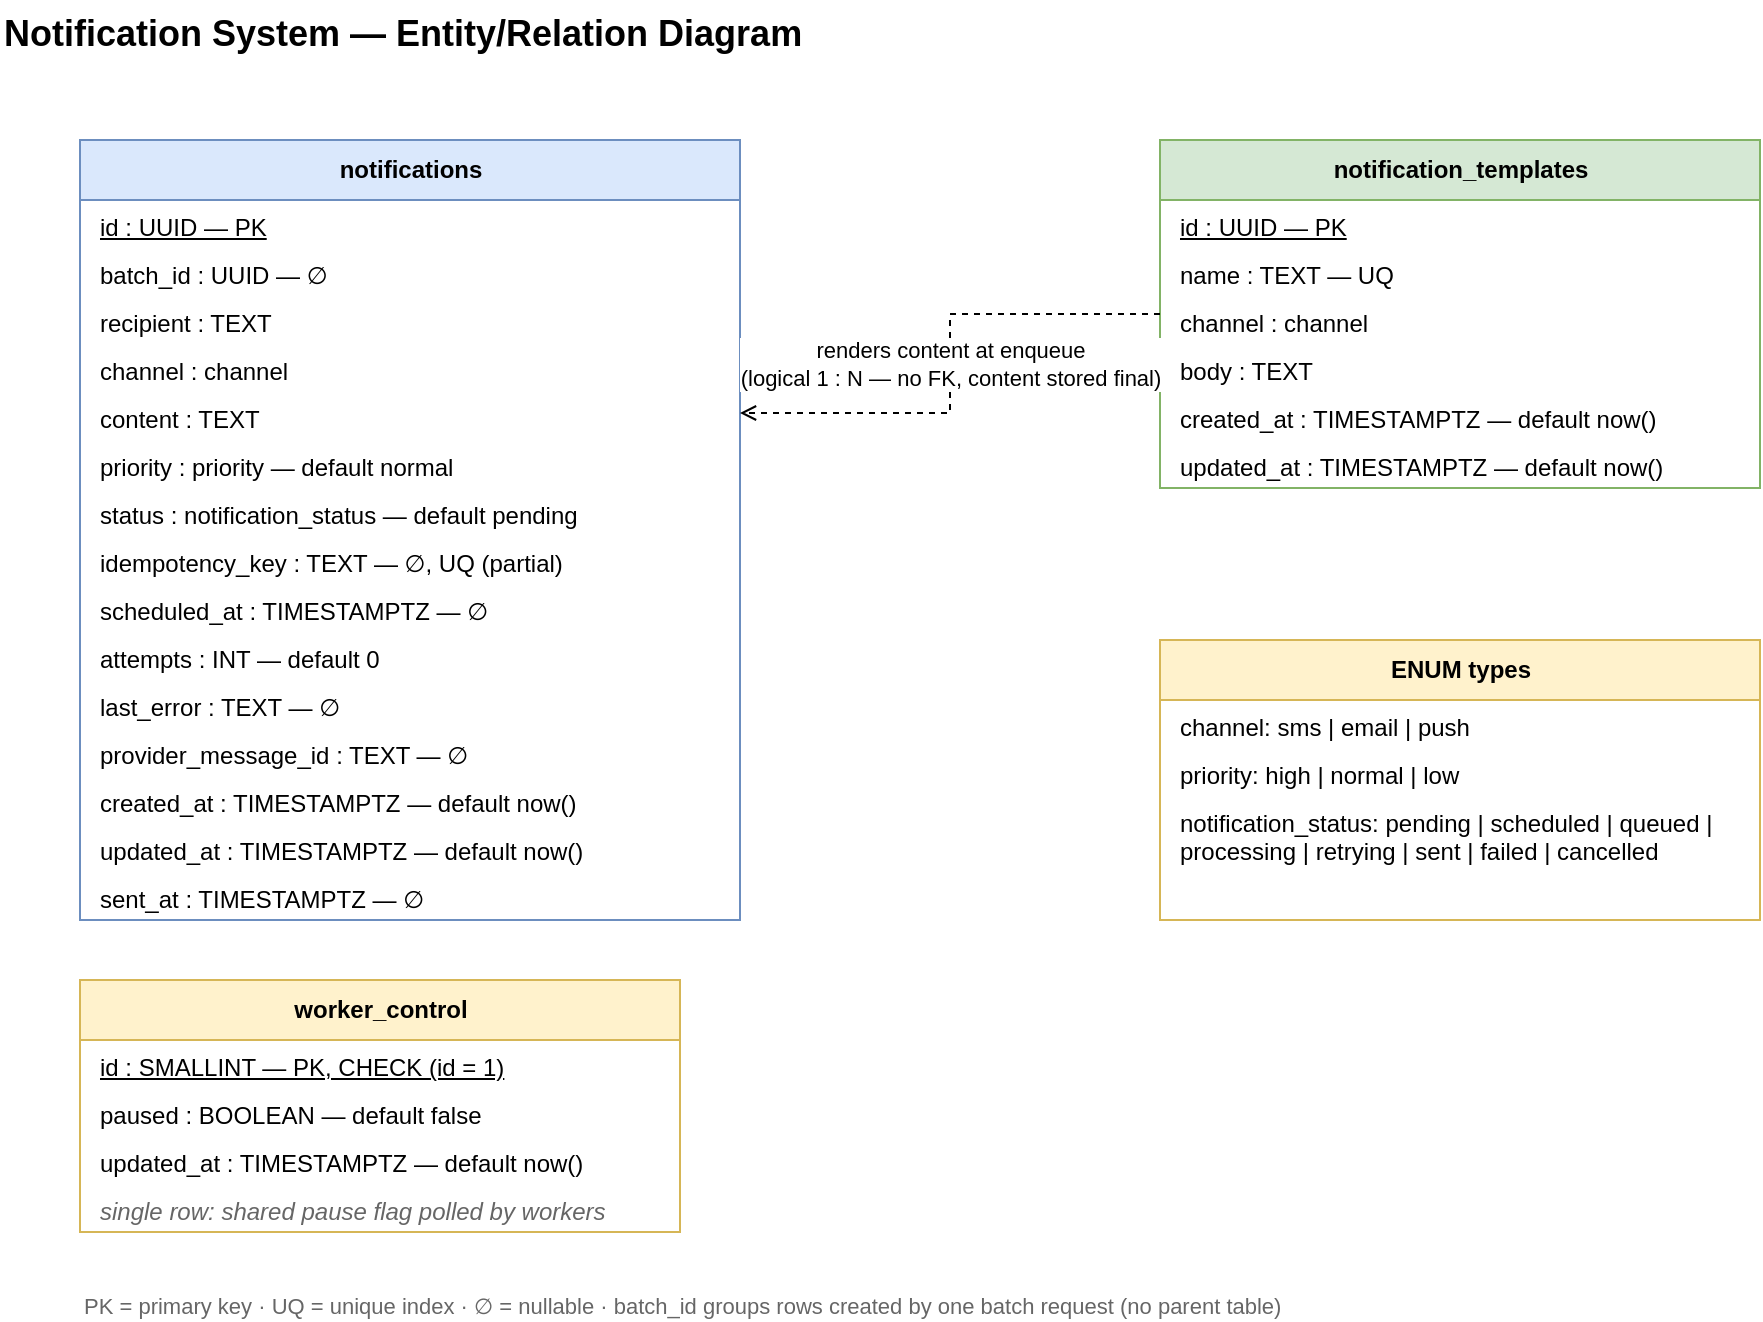
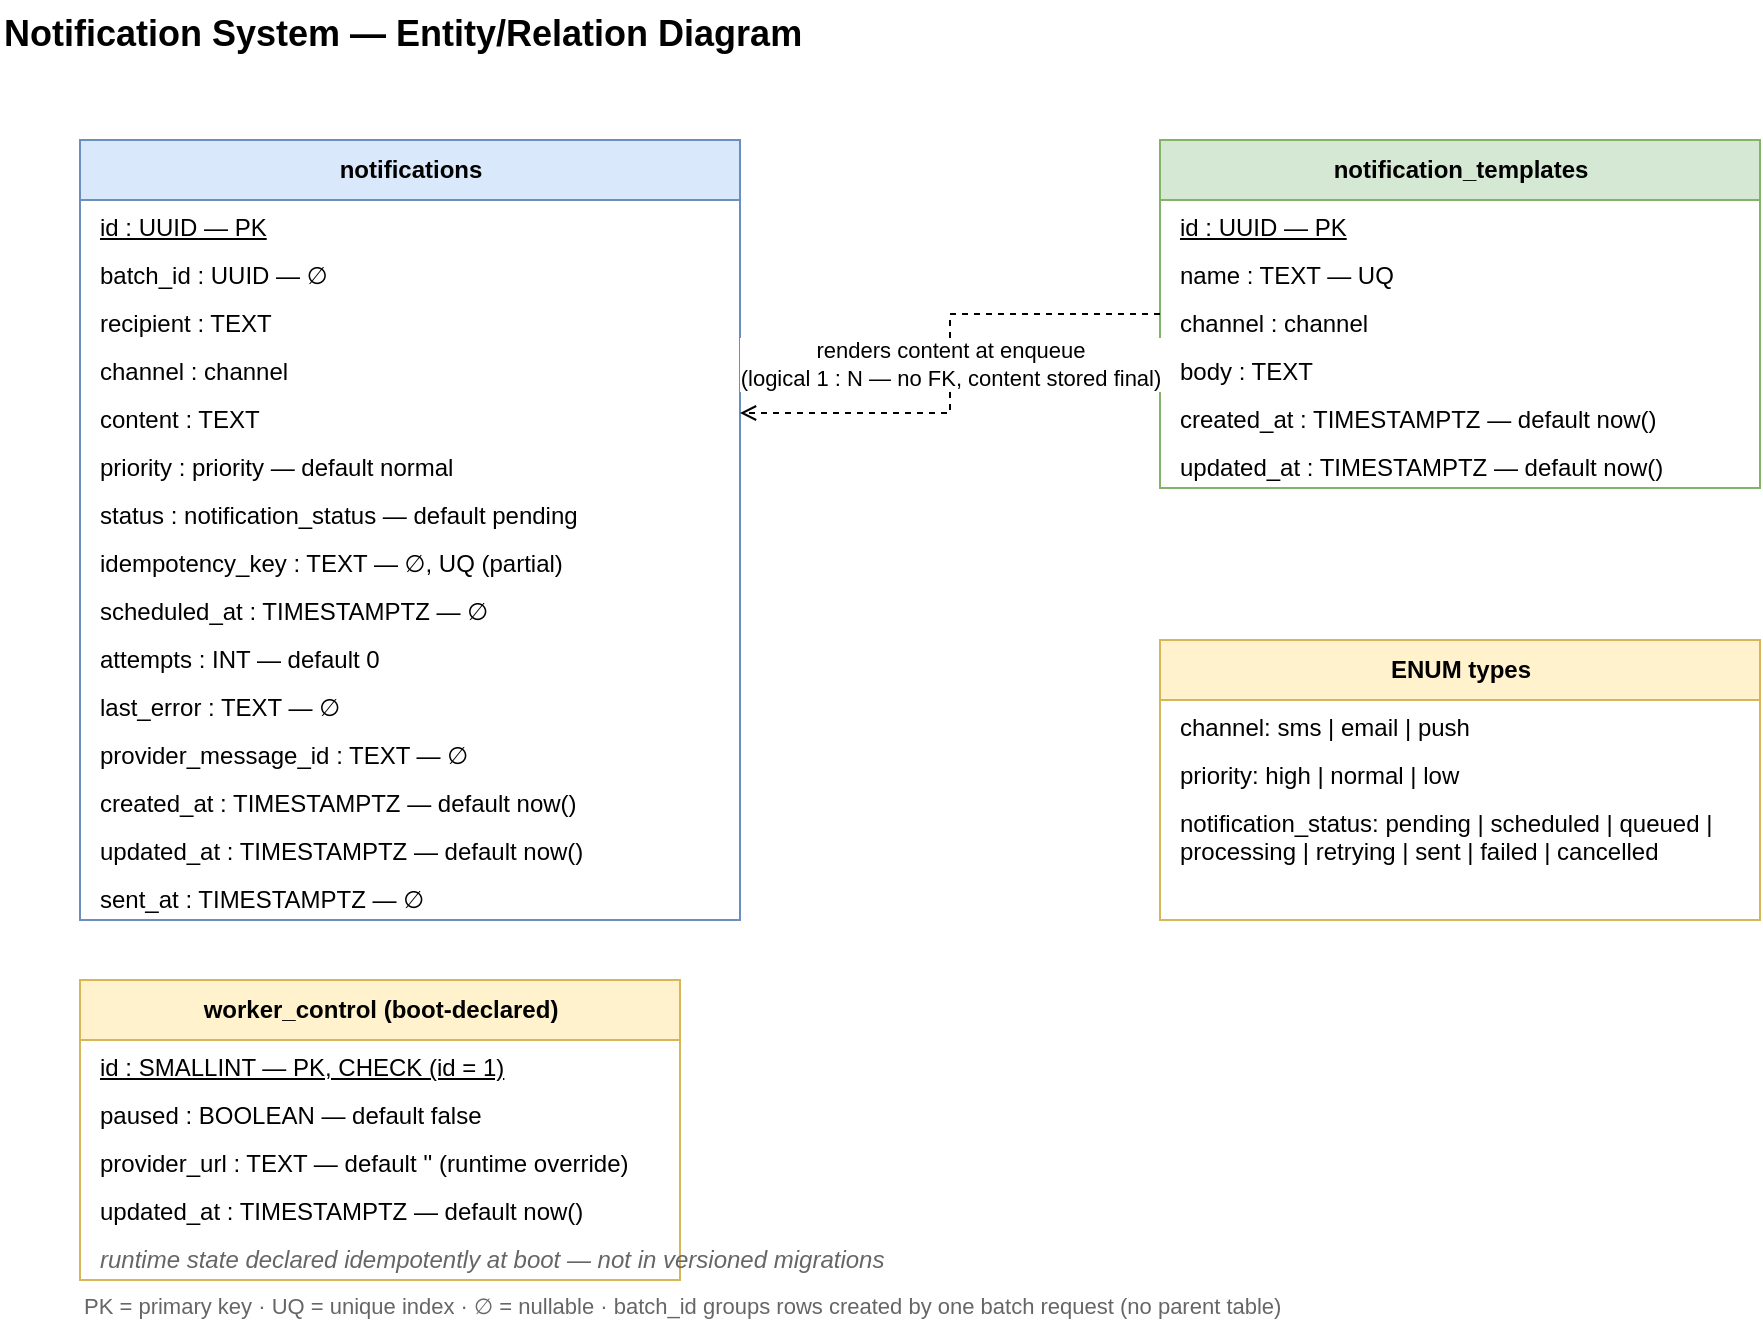
<mxfile host="app.diagrams.net" modified="2026-07-04T00:00:00.000Z" agent="drawio" version="24.0.0">
  <diagram id="notification-er" name="Entity Relations">
    <mxGraphModel dx="1200" dy="700" grid="1" gridSize="10" guides="1" tooltips="1" connect="1" arrows="1" fold="1" page="1" pageScale="1" pageWidth="1000" pageHeight="620" math="0" shadow="0">
      <root>
        <mxCell id="0" />
        <mxCell id="1" parent="0" />

        <mxCell id="title" value="Notification System — Entity/Relation Diagram" style="text;html=1;fontSize=18;fontStyle=1;align=left;" vertex="1" parent="1">
          <mxGeometry x="40" y="10" width="500" height="30" as="geometry" />
        </mxCell>

        <!-- notifications entity -->
        <mxCell id="notifications" value="notifications" style="swimlane;html=1;fontStyle=1;startSize=30;horizontal=1;fillColor=#dae8fc;strokeColor=#6c8ebf;swimlaneFillColor=#ffffff;" vertex="1" parent="1">
          <mxGeometry x="80" y="80" width="330" height="390" as="geometry" />
        </mxCell>
        <mxCell id="n01" value="id : UUID — PK" style="text;html=1;align=left;spacingLeft=8;fontStyle=4;" vertex="1" parent="notifications">
          <mxGeometry x="0" y="30" width="330" height="24" as="geometry" />
        </mxCell>
        <mxCell id="n02" value="batch_id : UUID — ∅" style="text;html=1;align=left;spacingLeft=8;" vertex="1" parent="notifications">
          <mxGeometry x="0" y="54" width="330" height="24" as="geometry" />
        </mxCell>
        <mxCell id="n03" value="recipient : TEXT" style="text;html=1;align=left;spacingLeft=8;" vertex="1" parent="notifications">
          <mxGeometry x="0" y="78" width="330" height="24" as="geometry" />
        </mxCell>
        <mxCell id="n04" value="channel : channel" style="text;html=1;align=left;spacingLeft=8;" vertex="1" parent="notifications">
          <mxGeometry x="0" y="102" width="330" height="24" as="geometry" />
        </mxCell>
        <mxCell id="n05" value="content : TEXT" style="text;html=1;align=left;spacingLeft=8;" vertex="1" parent="notifications">
          <mxGeometry x="0" y="126" width="330" height="24" as="geometry" />
        </mxCell>
        <mxCell id="n06" value="priority : priority — default normal" style="text;html=1;align=left;spacingLeft=8;" vertex="1" parent="notifications">
          <mxGeometry x="0" y="150" width="330" height="24" as="geometry" />
        </mxCell>
        <mxCell id="n07" value="status : notification_status — default pending" style="text;html=1;align=left;spacingLeft=8;" vertex="1" parent="notifications">
          <mxGeometry x="0" y="174" width="330" height="24" as="geometry" />
        </mxCell>
        <mxCell id="n08" value="idempotency_key : TEXT — ∅, UQ (partial)" style="text;html=1;align=left;spacingLeft=8;" vertex="1" parent="notifications">
          <mxGeometry x="0" y="198" width="330" height="24" as="geometry" />
        </mxCell>
        <mxCell id="n09" value="scheduled_at : TIMESTAMPTZ — ∅" style="text;html=1;align=left;spacingLeft=8;" vertex="1" parent="notifications">
          <mxGeometry x="0" y="222" width="330" height="24" as="geometry" />
        </mxCell>
        <mxCell id="n10" value="attempts : INT — default 0" style="text;html=1;align=left;spacingLeft=8;" vertex="1" parent="notifications">
          <mxGeometry x="0" y="246" width="330" height="24" as="geometry" />
        </mxCell>
        <mxCell id="n11" value="last_error : TEXT — ∅" style="text;html=1;align=left;spacingLeft=8;" vertex="1" parent="notifications">
          <mxGeometry x="0" y="270" width="330" height="24" as="geometry" />
        </mxCell>
        <mxCell id="n12" value="provider_message_id : TEXT — ∅" style="text;html=1;align=left;spacingLeft=8;" vertex="1" parent="notifications">
          <mxGeometry x="0" y="294" width="330" height="24" as="geometry" />
        </mxCell>
        <mxCell id="n13" value="created_at : TIMESTAMPTZ — default now()" style="text;html=1;align=left;spacingLeft=8;" vertex="1" parent="notifications">
          <mxGeometry x="0" y="318" width="330" height="24" as="geometry" />
        </mxCell>
        <mxCell id="n14" value="updated_at : TIMESTAMPTZ — default now()" style="text;html=1;align=left;spacingLeft=8;" vertex="1" parent="notifications">
          <mxGeometry x="0" y="342" width="330" height="24" as="geometry" />
        </mxCell>
        <mxCell id="n15" value="sent_at : TIMESTAMPTZ — ∅" style="text;html=1;align=left;spacingLeft=8;" vertex="1" parent="notifications">
          <mxGeometry x="0" y="366" width="330" height="24" as="geometry" />
        </mxCell>

        <!-- templates entity -->
        <mxCell id="templates" value="notification_templates" style="swimlane;html=1;fontStyle=1;startSize=30;horizontal=1;fillColor=#d5e8d4;strokeColor=#82b366;swimlaneFillColor=#ffffff;" vertex="1" parent="1">
          <mxGeometry x="620" y="80" width="300" height="174" as="geometry" />
        </mxCell>
        <mxCell id="t01" value="id : UUID — PK" style="text;html=1;align=left;spacingLeft=8;fontStyle=4;" vertex="1" parent="templates">
          <mxGeometry x="0" y="30" width="300" height="24" as="geometry" />
        </mxCell>
        <mxCell id="t02" value="name : TEXT — UQ" style="text;html=1;align=left;spacingLeft=8;" vertex="1" parent="templates">
          <mxGeometry x="0" y="54" width="300" height="24" as="geometry" />
        </mxCell>
        <mxCell id="t03" value="channel : channel" style="text;html=1;align=left;spacingLeft=8;" vertex="1" parent="templates">
          <mxGeometry x="0" y="78" width="300" height="24" as="geometry" />
        </mxCell>
        <mxCell id="t04" value="body : TEXT" style="text;html=1;align=left;spacingLeft=8;" vertex="1" parent="templates">
          <mxGeometry x="0" y="102" width="300" height="24" as="geometry" />
        </mxCell>
        <mxCell id="t05" value="created_at : TIMESTAMPTZ — default now()" style="text;html=1;align=left;spacingLeft=8;" vertex="1" parent="templates">
          <mxGeometry x="0" y="126" width="300" height="24" as="geometry" />
        </mxCell>
        <mxCell id="t06" value="updated_at : TIMESTAMPTZ — default now()" style="text;html=1;align=left;spacingLeft=8;" vertex="1" parent="templates">
          <mxGeometry x="0" y="150" width="300" height="24" as="geometry" />
        </mxCell>

        <!-- enums -->
        <mxCell id="enums" value="ENUM types" style="swimlane;html=1;fontStyle=1;startSize=30;horizontal=1;fillColor=#fff2cc;strokeColor=#d6b656;swimlaneFillColor=#ffffff;" vertex="1" parent="1">
          <mxGeometry x="620" y="330" width="300" height="140" as="geometry" />
        </mxCell>
        <mxCell id="en1" value="channel: sms | email | push" style="text;html=1;align=left;spacingLeft=8;" vertex="1" parent="enums">
          <mxGeometry x="0" y="30" width="300" height="24" as="geometry" />
        </mxCell>
        <mxCell id="en2" value="priority: high | normal | low" style="text;html=1;align=left;spacingLeft=8;" vertex="1" parent="enums">
          <mxGeometry x="0" y="54" width="300" height="24" as="geometry" />
        </mxCell>
        <mxCell id="en3" value="notification_status: pending | scheduled | queued |&#10;processing | retrying | sent | failed | cancelled" style="text;html=1;align=left;spacingLeft=8;" vertex="1" parent="enums">
          <mxGeometry x="0" y="78" width="300" height="48" as="geometry" />
        </mxCell>

-         <!-- worker_control: single-row operational flag -->
-         <mxCell id="workerctl" value="worker_control" style="swimlane;html=1;fontStyle=1;startSize=30;horizontal=1;fillColor=#fff2cc;strokeColor=#d6b656;swimlaneFillColor=#ffffff;" vertex="1" parent="1">
-           <mxGeometry x="80" y="500" width="300" height="126" as="geometry" />
+         <!-- worker_control: single-row runtime state, declared at boot (not migrated) -->
+         <mxCell id="workerctl" value="worker_control (boot-declared)" style="swimlane;html=1;fontStyle=1;startSize=30;horizontal=1;fillColor=#fff2cc;strokeColor=#d6b656;swimlaneFillColor=#ffffff;" vertex="1" parent="1">
+           <mxGeometry x="80" y="500" width="300" height="150" as="geometry" />
        </mxCell>
        <mxCell id="wc1" value="id : SMALLINT — PK, CHECK (id = 1)" style="text;html=1;align=left;spacingLeft=8;fontStyle=4;" vertex="1" parent="workerctl">
          <mxGeometry x="0" y="30" width="300" height="24" as="geometry" />
        </mxCell>
        <mxCell id="wc2" value="paused : BOOLEAN — default false" style="text;html=1;align=left;spacingLeft=8;" vertex="1" parent="workerctl">
          <mxGeometry x="0" y="54" width="300" height="24" as="geometry" />
        </mxCell>
-         <mxCell id="wc3" value="updated_at : TIMESTAMPTZ — default now()" style="text;html=1;align=left;spacingLeft=8;" vertex="1" parent="workerctl">
+         <mxCell id="wc5" value="provider_url : TEXT — default '' (runtime override)" style="text;html=1;align=left;spacingLeft=8;" vertex="1" parent="workerctl">
          <mxGeometry x="0" y="78" width="300" height="24" as="geometry" />
        </mxCell>
-         <mxCell id="wc4" value="single row: shared pause flag polled by workers" style="text;html=1;align=left;spacingLeft=8;fontStyle=2;fontColor=#666666;" vertex="1" parent="workerctl">
+         <mxCell id="wc3" value="updated_at : TIMESTAMPTZ — default now()" style="text;html=1;align=left;spacingLeft=8;" vertex="1" parent="workerctl">
          <mxGeometry x="0" y="102" width="300" height="24" as="geometry" />
+         </mxCell>
+         <mxCell id="wc4" value="runtime state declared idempotently at boot — not in versioned migrations" style="text;html=1;align=left;spacingLeft=8;fontStyle=2;fontColor=#666666;" vertex="1" parent="workerctl">
+           <mxGeometry x="0" y="126" width="300" height="24" as="geometry" />
        </mxCell>

        <!-- logical relation: template renders notification content at enqueue -->
        <mxCell id="rel1" value="renders content at enqueue&#10;(logical 1 : N — no FK, content stored final)" style="edgeStyle=orthogonalEdgeStyle;rounded=0;html=1;dashed=1;exitX=0;exitY=0.5;exitDx=0;exitDy=0;entryX=1;entryY=0.35;entryDx=0;entryDy=0;startArrow=none;endArrow=open;" edge="1" parent="1" source="templates" target="notifications">
          <mxGeometry relative="1" as="geometry" />
        </mxCell>

        <!-- legend -->
        <mxCell id="legend" value="PK = primary key · UQ = unique index · ∅ = nullable · batch_id groups rows created by one batch request (no parent table)" style="text;html=1;align=left;fontSize=11;fontColor=#666666;" vertex="1" parent="1">
          <mxGeometry x="80" y="650" width="840" height="20" as="geometry" />
        </mxCell>
      </root>
    </mxGraphModel>
  </diagram>
</mxfile>
